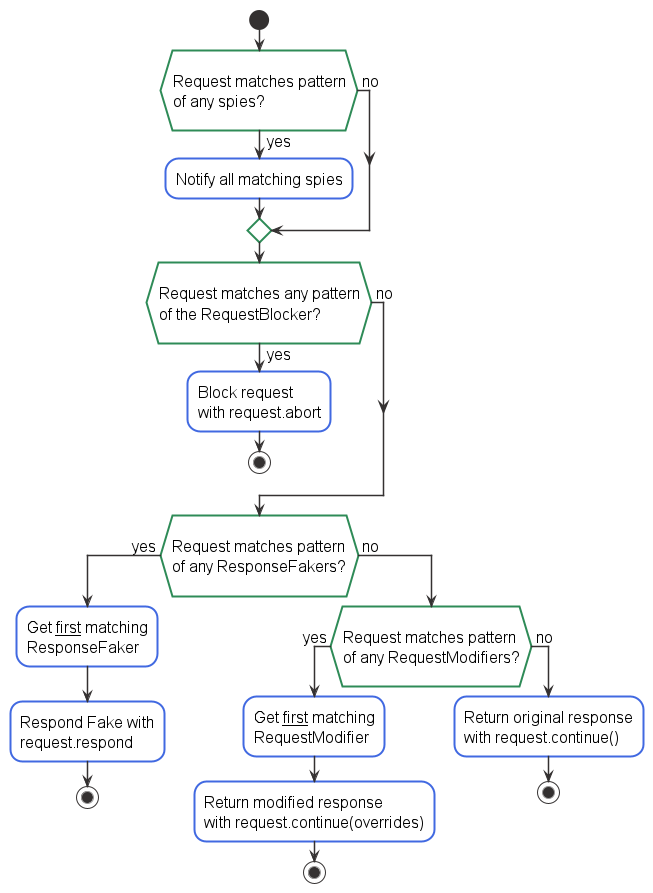
The PlantUML diagram documentation/activity.png in Tabueeee/puppeteer-request-spy, before a commit.
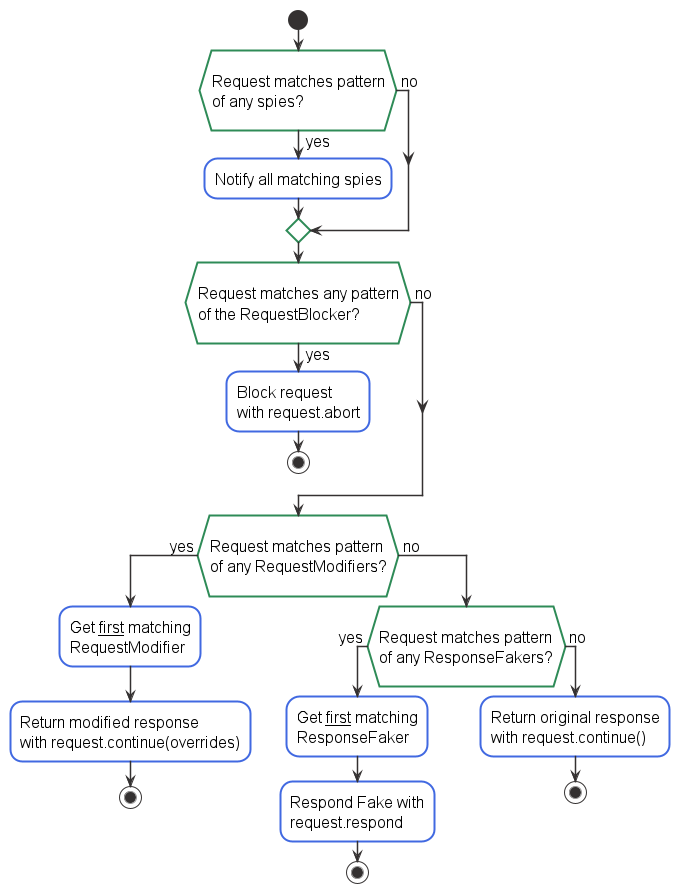
Above is the later version.

Diff of the diagram source:
```diff
@@ -39,19 +39,22 @@
 
 endif
 
-if (\nRequest matches pattern\nof any ResponseFakers?\n) then ( yes )
-  :Get __first__ matching\nResponseFaker;
-  :Respond Fake with\nrequest.respond;
-  stop
+
+if (\nRequest matches pattern\nof any RequestModifiers?\n) then ( yes )
+    :Get __first__ matching\nRequestModifier;
+    :Return modified response\nwith request.continue(overrides);
+    stop
 else ( no )
-    if (\nRequest matches pattern\nof any RequestModifiers?\n) then ( yes )
-        :Get __first__ matching\nRequestModifier;
-        :Return modified response\nwith request.continue(overrides);
-        stop
+    if (\nRequest matches pattern\nof any ResponseFakers?\n) then ( yes )
+      :Get __first__ matching\nResponseFaker;
+      :Respond Fake with\nrequest.respond;
+      stop
     else ( no )
-        :Return original response\nwith request.continue();
-        stop
+      :Return original response\nwith request.continue();
+      stop
     endif
 endif
 
+
+
 @enduml
```
